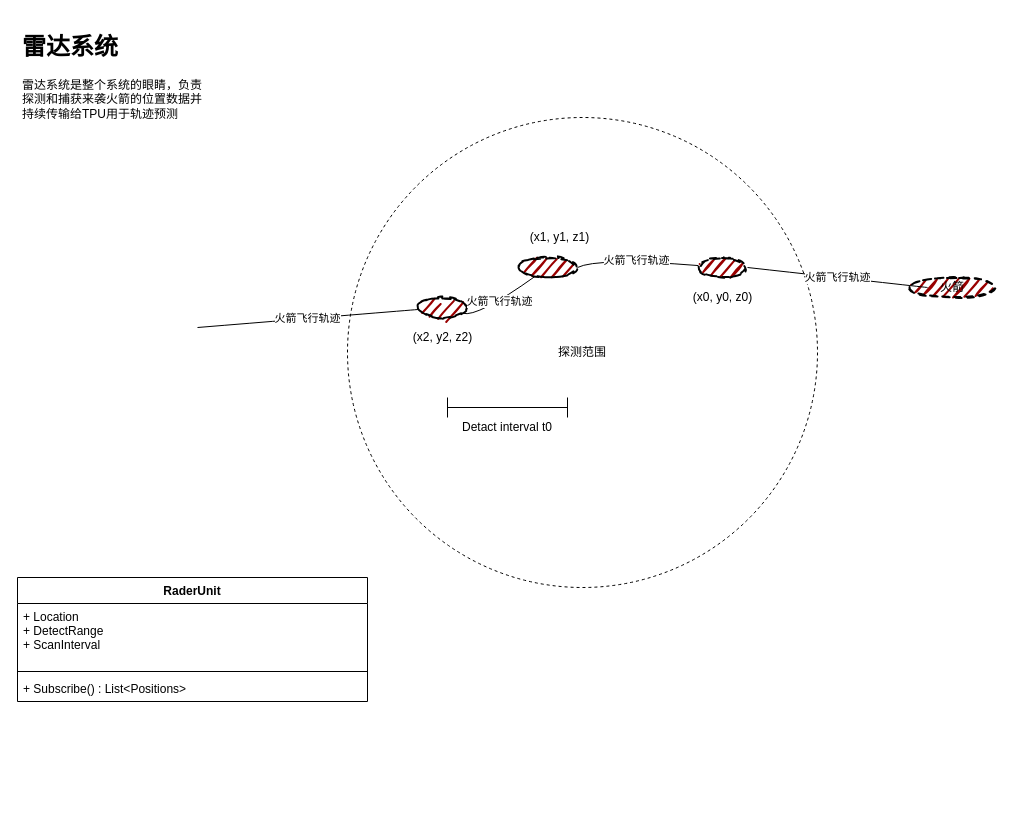
ekss1121/IronDomeSystem keeps this draw.io diagram as page "Radar system" (3 of 3) of Design_docs/Iron Dome.drawio. Above is the earlier version. Source tidied: cells renumbered, new cells numbered last; positions are measured from the earlier drawing's top-left corner, leaving out a move shared by most shapes. Both pictures are drawn from the tidied source at 100%, with x=0, y=0 at pixel (17, 27).
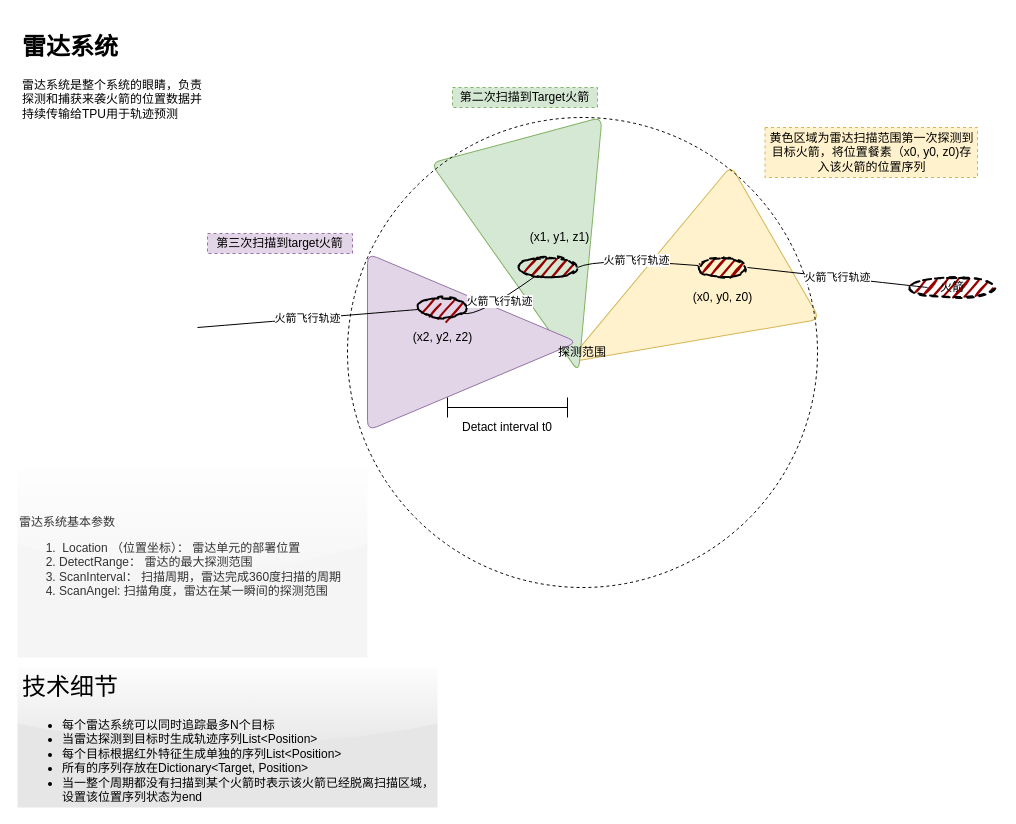
Above is the later version.

The edit, as a diff of the source:
```diff
@@
+    <mxCell id="21" style="triangle;whiteSpace=wrap;html=1;rounded=1;glass=0;rotation=-210;fillColor=#fff2cc;strokeColor=#d6b656;" parent="1" vertex="1">
+      <mxGeometry x="534" y="186.4" width="240" height="177.2" as="geometry" />
+    </mxCell>
+    <mxCell id="22" style="triangle;whiteSpace=wrap;html=1;rounded=1;glass=0;rotation=75;fillColor=#d5e8d4;strokeColor=#82b366;" parent="1" vertex="1">
+      <mxGeometry x="410" y="140" width="240" height="177.2" as="geometry" />
+    </mxCell>
+    <mxCell id="23" style="triangle;whiteSpace=wrap;html=1;rounded=1;glass=0;rotation=0;fillColor=#e1d5e7;strokeColor=#9673a6;" parent="1" vertex="1">
+      <mxGeometry x="350" y="226" width="210" height="177.2" as="geometry" />
+    </mxCell>
+    <mxCell id="7" value="探测范围" style="ellipse;whiteSpace=wrap;html=1;dashed=1;fillColor=none;" parent="1" vertex="1">
+      <mxGeometry x="330" y="90" width="470" height="470" as="geometry" />
+    </mxCell>
@@
-    <mxCell id="3" value="RaderUnit" style="swimlane;fontStyle=1;align=center;verticalAlign=top;horizontal=1;startSize=26;" parent="1" vertex="1">
-      <mxGeometry y="550" width="350" height="124" as="geometry" />
-    </mxCell>
-    <mxCell id="4" value="+ Location&#10;+ DetectRange&#10;+ ScanInterval" style="text;strokeColor=none;fillColor=none;align=left;verticalAlign=top;spacingLeft=4;spacingRight=4;overflow=hidden;" parent="3" vertex="1">
-      <mxGeometry y="26" width="350" height="64" as="geometry" />
-    </mxCell>
-    <mxCell id="5" style="line;strokeWidth=1;fillColor=none;align=left;verticalAlign=middle;spacingTop=-1;spacingLeft=3;spacingRight=3;labelPosition=right;" parent="3" vertex="1">
-      <mxGeometry y="90" width="350" height="8" as="geometry" />
-    </mxCell>
-    <mxCell id="6" value="+ Subscribe() : List&lt;Positions&gt;" style="text;strokeColor=none;fillColor=none;align=left;verticalAlign=top;spacingLeft=4;spacingRight=4;overflow=hidden;" parent="3" vertex="1">
-      <mxGeometry y="98" width="350" height="26" as="geometry" />
-    </mxCell>
-    <mxCell id="7" value="探测范围" style="ellipse;whiteSpace=wrap;html=1;dashed=1;fillColor=none;" parent="1" vertex="1">
-      <mxGeometry x="330" y="90" width="470" height="470" as="geometry" />
-    </mxCell>
@@
+    <mxCell id="24" value="雷达系统基本参数&lt;br&gt;&lt;ol&gt;&lt;li&gt;&amp;nbsp;Location （位置坐标）： 雷达单元的部署位置&lt;/li&gt;&lt;li&gt;DetectRange： 雷达的最大探测范围&lt;/li&gt;&lt;li&gt;ScanInterval： 扫描周期，雷达完成360度扫描的周期&lt;/li&gt;&lt;li&gt;ScanAngel: 扫描角度，雷达在某一瞬间的探测范围&amp;nbsp;&lt;/li&gt;&lt;/ol&gt;" style="text;html=1;fillColor=#f5f5f5;align=left;verticalAlign=middle;whiteSpace=wrap;rounded=0;fontColor=#333333;glass=1;" parent="1" vertex="1">
+      <mxGeometry y="440" width="350" height="190" as="geometry" />
+    </mxCell>
+    <mxCell id="25" value="&lt;h1&gt;&lt;span style=&quot;font-weight: normal&quot;&gt;技术细节&lt;/span&gt;&lt;/h1&gt;&lt;p&gt;&lt;/p&gt;&lt;ul&gt;&lt;li&gt;每个雷达系统可以同时追踪最多N个目标&lt;/li&gt;&lt;li&gt;当雷达探测到目标时生成轨迹序列List&amp;lt;Position&amp;gt;&lt;/li&gt;&lt;li&gt;每个目标根据红外特征生成单独的序列List&amp;lt;Position&amp;gt;&lt;/li&gt;&lt;li&gt;所有的序列存放在Dictionary&amp;lt;Target, Position&amp;gt;&lt;/li&gt;&lt;li&gt;当一整个周期都没有扫描到某个火箭时表示该火箭已经脱离扫描区域，设置该位置序列状态为end&lt;/li&gt;&lt;/ul&gt;&lt;p&gt;&lt;/p&gt;" style="text;html=1;strokeColor=none;spacing=5;spacingTop=-20;whiteSpace=wrap;overflow=hidden;rounded=0;glass=1;fillColor=#E6E6E6;" parent="1" vertex="1">
+      <mxGeometry y="640" width="420" height="140" as="geometry" />
+    </mxCell>
+    <mxCell id="26" value="黄色区域为雷达扫描范围第一次探测到目标火箭，将位置餐素（x0, y0, z0)存入该火箭的位置序列" style="text;html=1;strokeColor=#d6b656;fillColor=#fff2cc;align=center;verticalAlign=middle;whiteSpace=wrap;rounded=0;glass=0;dashed=1;" parent="1" vertex="1">
+      <mxGeometry x="747.5" y="100" width="212.5" height="50" as="geometry" />
+    </mxCell>
+    <mxCell id="27" value="第二次扫描到Target火箭" style="text;html=1;strokeColor=#82b366;fillColor=#d5e8d4;align=center;verticalAlign=middle;whiteSpace=wrap;rounded=0;glass=0;dashed=1;" parent="1" vertex="1">
+      <mxGeometry x="435" y="60" width="145" height="20" as="geometry" />
+    </mxCell>
+    <mxCell id="28" value="第三次扫描到target火箭" style="text;html=1;strokeColor=#9673a6;fillColor=#e1d5e7;align=center;verticalAlign=middle;whiteSpace=wrap;rounded=0;glass=0;dashed=1;" parent="1" vertex="1">
+      <mxGeometry x="190" y="206" width="145" height="20" as="geometry" />
+    </mxCell>
```
